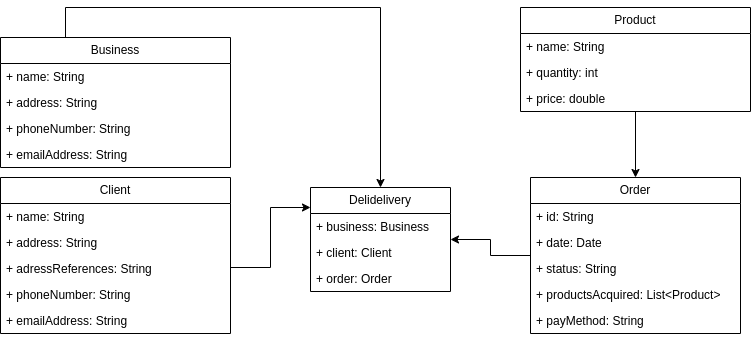
Before: ClassDiagram.drawio.png, a diagram exported from draw.io (ImLuisAlvarado/delidelivery). Source tidied: cells renumbered, new cells last; positions are measured from the earlier drawing's top-left corner, leaving out a move shared by most shapes.
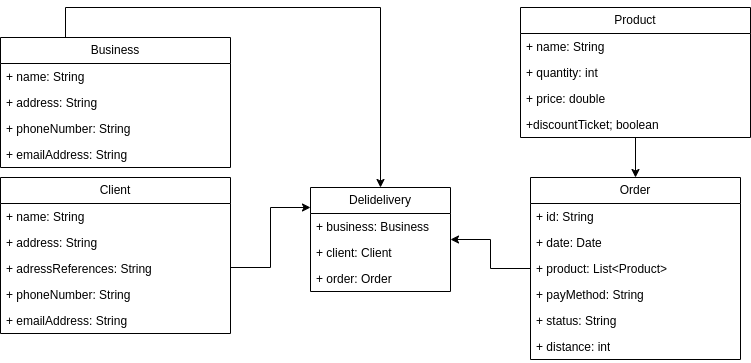
Above is the later version.

What changed in the source:
```diff
@@ -54,7 +54,7 @@
       <mxGeometry relative="1" as="geometry" />
     </mxCell>
     <mxCell id="16" value="Product" style="swimlane;fontStyle=0;horizontal=1;startSize=26;fillColor=none;whiteSpace=wrap;html=1;" parent="1" vertex="1">
-      <mxGeometry x="520" width="230" height="104" as="geometry" />
+      <mxGeometry x="520" width="230" height="130" as="geometry" />
     </mxCell>
     <mxCell id="17" value="+ name: String" style="text;strokeColor=none;fillColor=none;align=left;verticalAlign=top;spacingLeft=4;spacingRight=4;overflow=hidden;whiteSpace=wrap;html=1;" parent="16" vertex="1">
       <mxGeometry y="26" width="230" height="26" as="geometry" />
@@ -65,11 +65,14 @@
     <mxCell id="19" value="+ price: double" style="text;strokeColor=none;fillColor=none;align=left;verticalAlign=top;spacingLeft=4;spacingRight=4;overflow=hidden;whiteSpace=wrap;html=1;" parent="16" vertex="1">
       <mxGeometry y="78" width="230" height="26" as="geometry" />
     </mxCell>
+    <mxCell id="31" value="+discountTicket; boolean" style="text;strokeColor=none;fillColor=none;align=left;verticalAlign=top;spacingLeft=4;spacingRight=4;overflow=hidden;whiteSpace=wrap;html=1;" parent="16" vertex="1">
+      <mxGeometry y="104" width="230" height="26" as="geometry" />
+    </mxCell>
     <mxCell id="20" style="edgeStyle=orthogonalEdgeStyle;rounded=0;jettySize=auto;html=1;" parent="1" edge="1" source="21" target="27">
       <mxGeometry relative="1" as="geometry" />
     </mxCell>
     <mxCell id="21" value="Order" style="swimlane;fontStyle=0;horizontal=1;startSize=26;fillColor=none;whiteSpace=wrap;html=1;" parent="1" vertex="1">
-      <mxGeometry x="530" y="170" width="210" height="156" as="geometry" />
+      <mxGeometry x="530" y="170" width="210" height="182" as="geometry" />
     </mxCell>
     <mxCell id="22" value="+ id: String" style="text;strokeColor=none;fillColor=none;align=left;verticalAlign=top;spacingLeft=4;spacingRight=4;overflow=hidden;whiteSpace=wrap;html=1;" parent="21" vertex="1">
       <mxGeometry y="26" width="210" height="26" as="geometry" />
@@ -77,15 +80,18 @@
     <mxCell id="23" value="+ date: Date" style="text;strokeColor=none;fillColor=none;align=left;verticalAlign=top;spacingLeft=4;spacingRight=4;overflow=hidden;whiteSpace=wrap;html=1;" parent="21" vertex="1">
       <mxGeometry y="52" width="210" height="26" as="geometry" />
     </mxCell>
-    <mxCell id="24" value="+ status: String" style="text;strokeColor=none;fillColor=none;align=left;verticalAlign=top;spacingLeft=4;spacingRight=4;overflow=hidden;whiteSpace=wrap;html=1;" parent="21" vertex="1">
-      <mxGeometry y="78" width="210" height="26" as="geometry" />
-    </mxCell>
-    <mxCell id="25" value="+ productsAcquired: List&amp;lt;Product&amp;gt;" style="text;strokeColor=none;fillColor=none;align=left;verticalAlign=top;spacingLeft=4;spacingRight=4;overflow=hidden;whiteSpace=wrap;html=1;" parent="21" vertex="1">
-      <mxGeometry y="104" width="210" height="26" as="geometry" />
+    <mxCell id="25" value="+ product: List&amp;lt;Product&amp;gt;" style="text;strokeColor=none;fillColor=none;align=left;verticalAlign=top;spacingLeft=4;spacingRight=4;overflow=hidden;whiteSpace=wrap;html=1;" parent="21" vertex="1">
+      <mxGeometry y="78" width="210" height="26" as="geometry" />
     </mxCell>
     <mxCell id="26" value="+ payMethod: String" style="text;strokeColor=none;fillColor=none;align=left;verticalAlign=top;spacingLeft=4;spacingRight=4;overflow=hidden;whiteSpace=wrap;html=1;" parent="21" vertex="1">
-      <mxGeometry y="130" width="210" height="26" as="geometry" />
+      <mxGeometry y="104" width="210" height="26" as="geometry" />
     </mxCell>
+    <mxCell id="24" value="+ status: String" style="text;strokeColor=none;fillColor=none;align=left;verticalAlign=top;spacingLeft=4;spacingRight=4;overflow=hidden;whiteSpace=wrap;html=1;" parent="21" vertex="1">
+      <mxGeometry y="130" width="210" height="26" as="geometry" />
+    </mxCell>
+    <mxCell id="32" value="+ distance: int" style="text;strokeColor=none;fillColor=none;align=left;verticalAlign=top;spacingLeft=4;spacingRight=4;overflow=hidden;whiteSpace=wrap;html=1;" parent="21" vertex="1">
+      <mxGeometry y="156" width="210" height="26" as="geometry" />
+    </mxCell>
     <mxCell id="27" value="Delidelivery" style="swimlane;fontStyle=0;horizontal=1;startSize=26;fillColor=none;whiteSpace=wrap;html=1;" parent="1" vertex="1">
       <mxGeometry x="310" y="180" width="140" height="104" as="geometry" />
     </mxCell>
```
